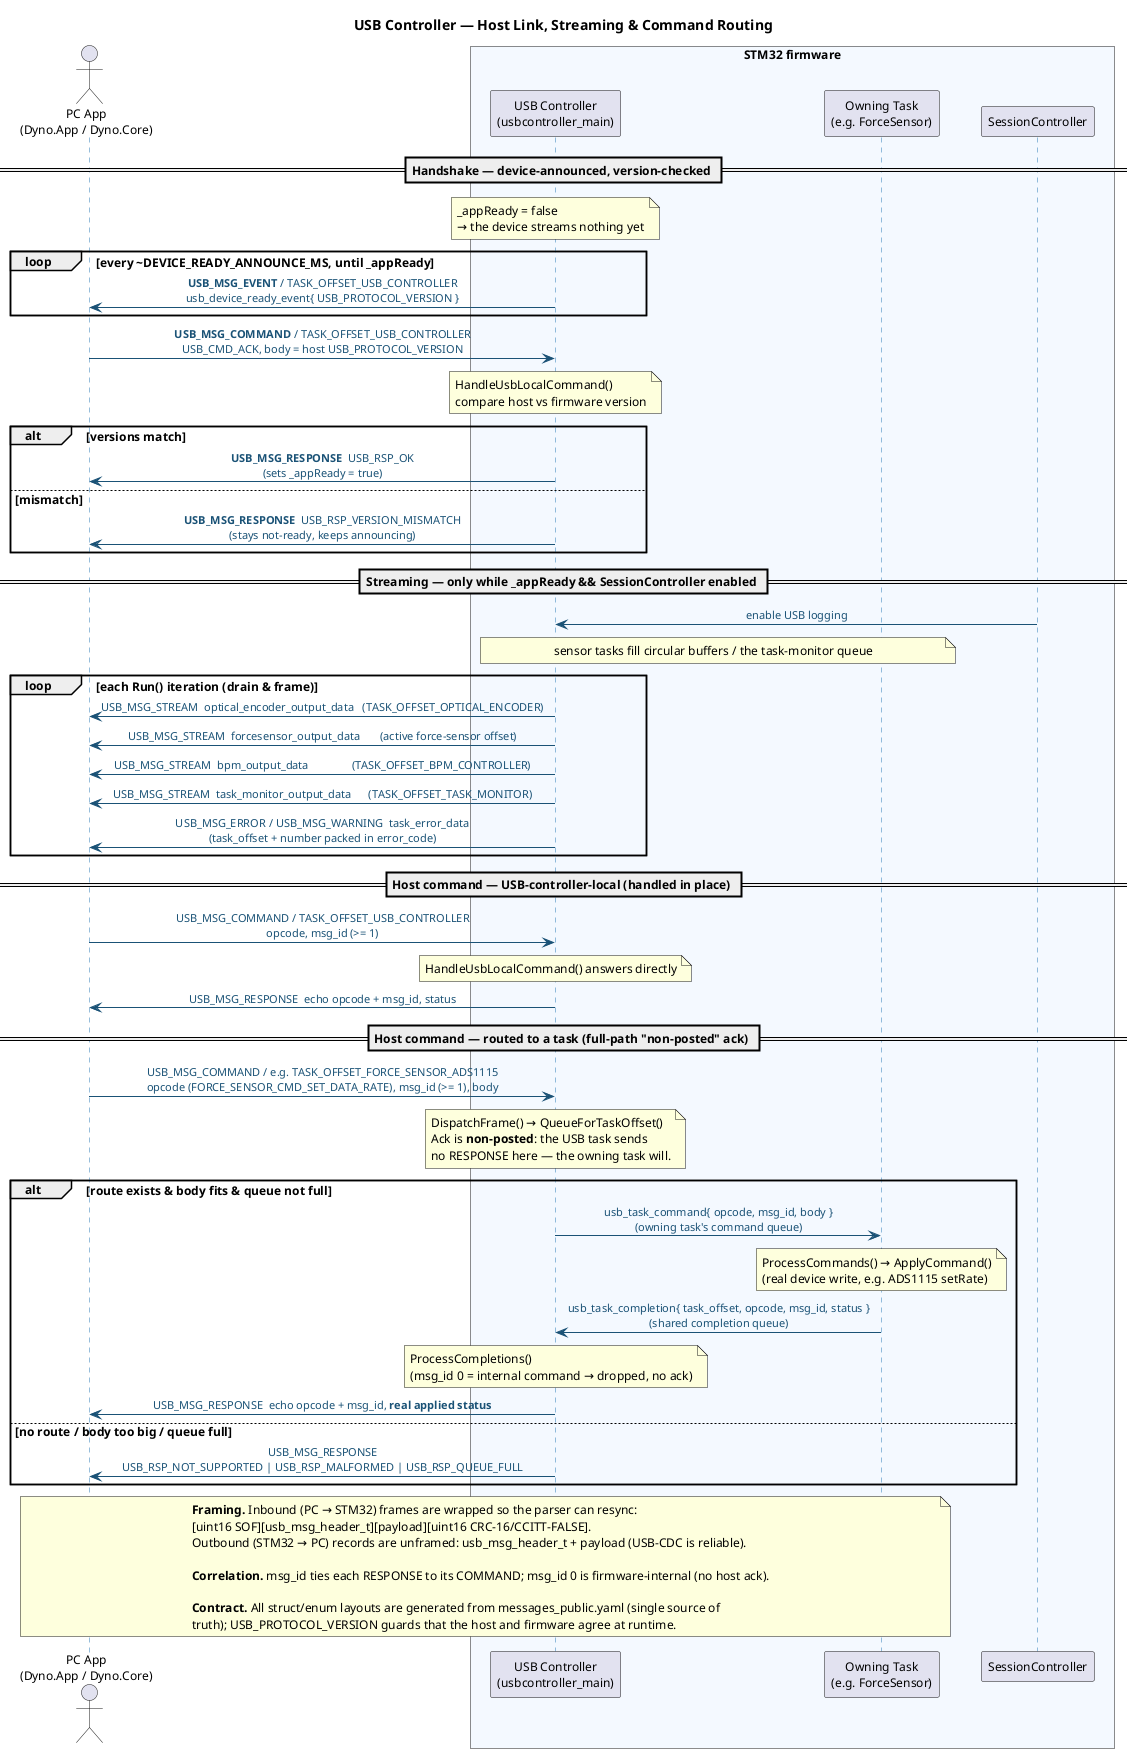
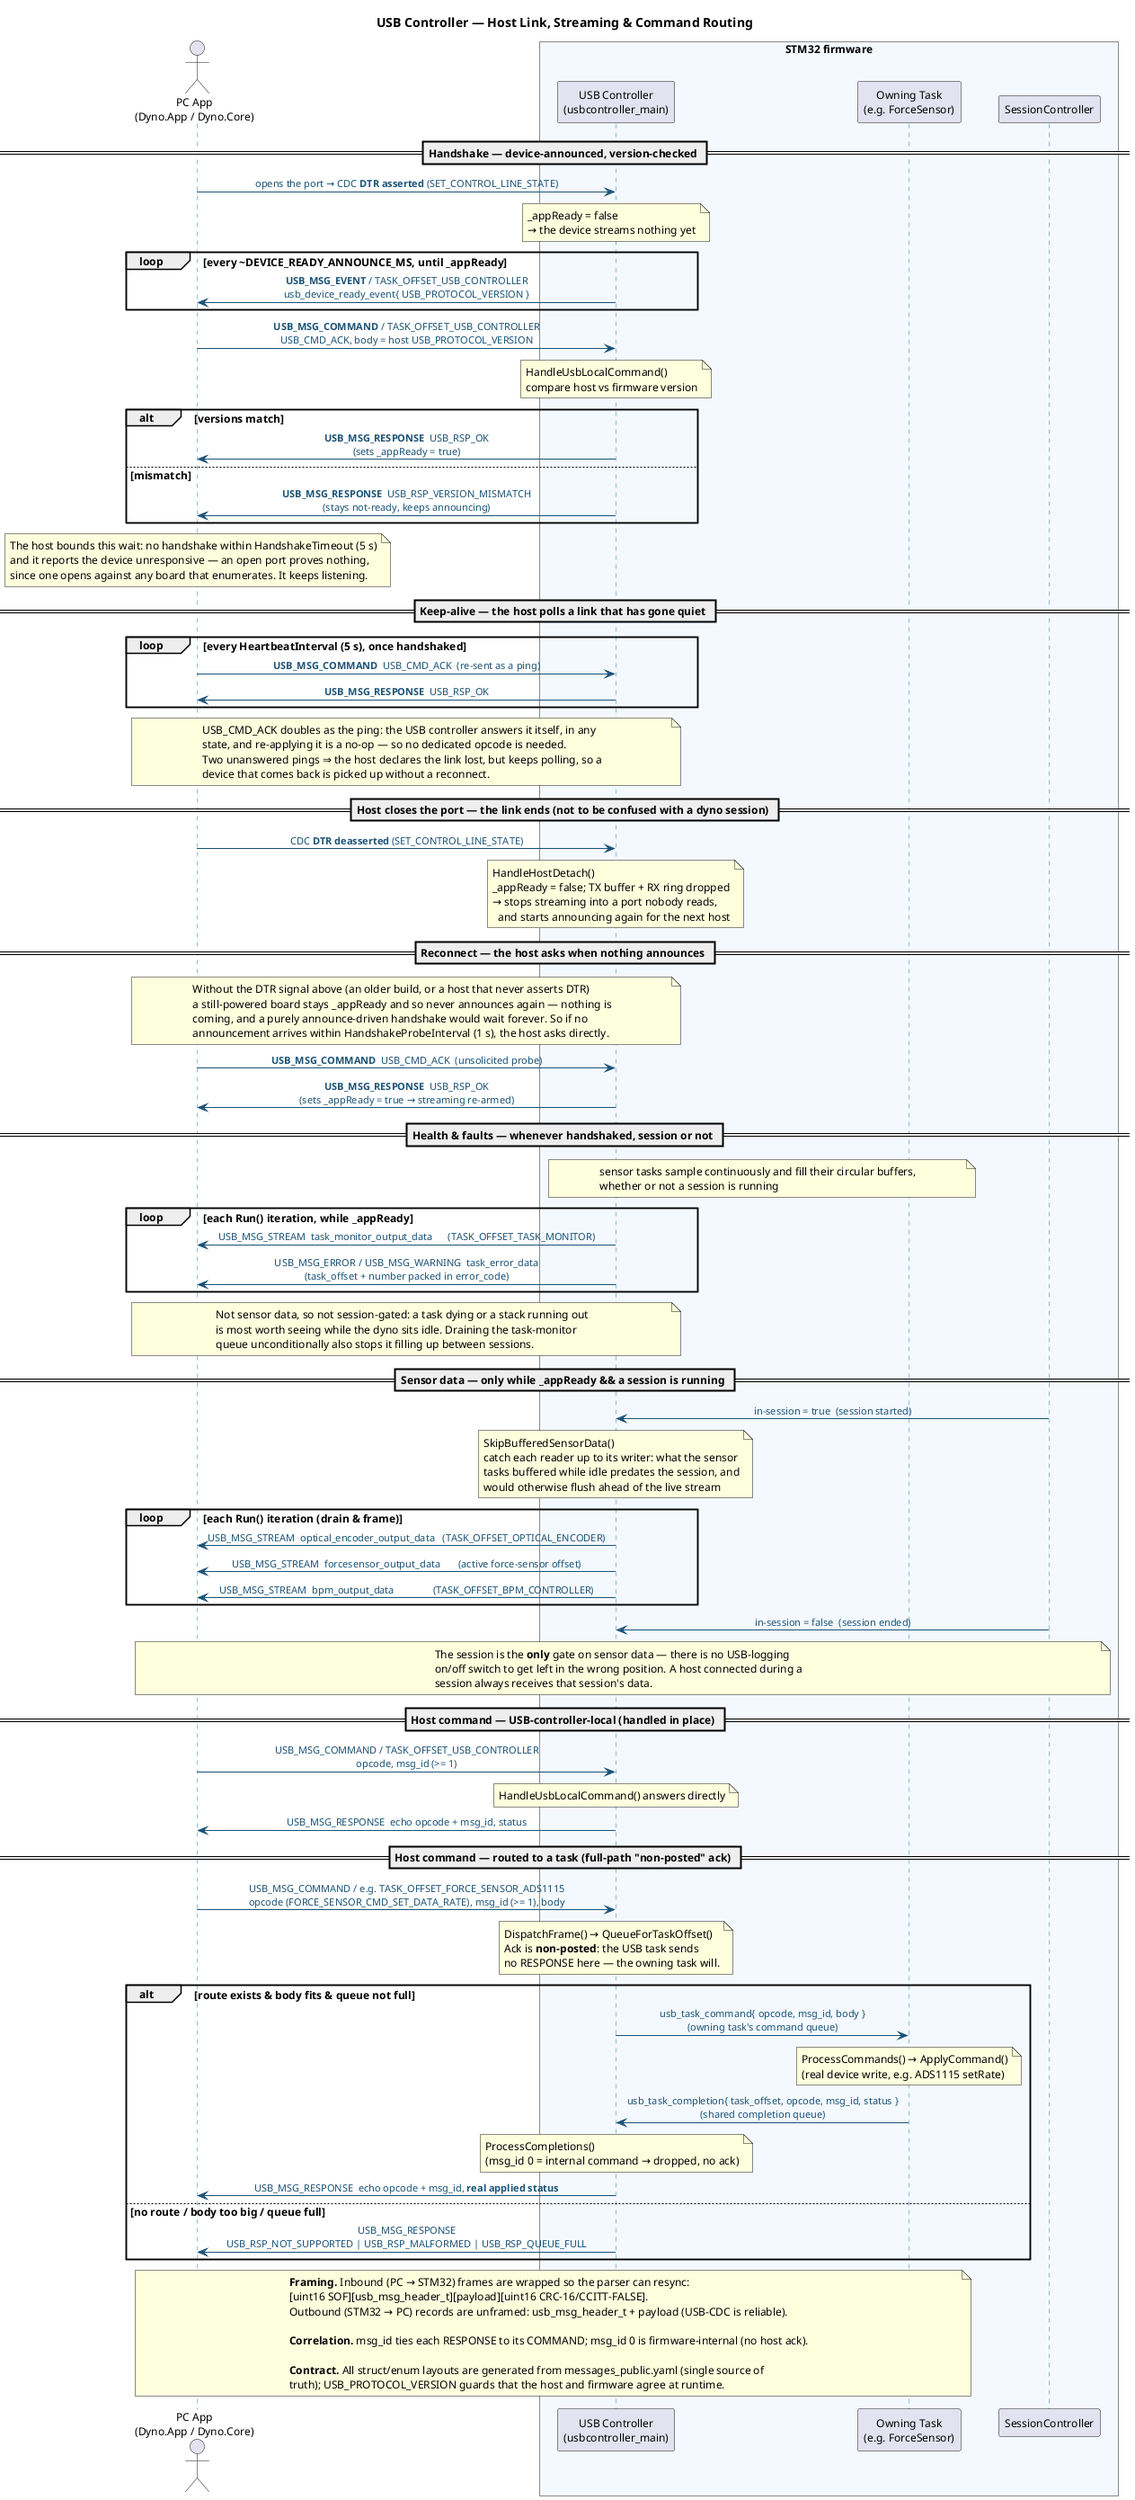
@startuml USB Message Flow

title USB Controller — Host Link, Streaming & Command Routing

skinparam defaultFontSize 12
skinparam shadowing false
skinparam sequenceMessageAlign center
skinparam ParticipantPadding 16
skinparam BoxPadding 12
skinparam sequence {
    LifeLineBorderColor #2C7BB6
    ArrowColor #1A5276
    ArrowFontColor #1A5276
    ArrowFontSize 11
}

actor "PC App\n(Dyno.App / Dyno.Core)" as App
box "STM32 firmware" #F4F9FF
participant "USB Controller\n(usbcontroller_main)" as USB
participant "Owning Task\n(e.g. ForceSensor)" as Task
participant "SessionController" as Session
end box

== Handshake — device-announced, version-checked ==

+ App -> USB : opens the port → CDC **DTR asserted** (SET_CONTROL_LINE_STATE)
note over USB
  _appReady = false
  → the device streams nothing yet
end note

loop every ~DEVICE_READY_ANNOUNCE_MS, until _appReady
    USB -> App : **USB_MSG_EVENT** / TASK_OFFSET_USB_CONTROLLER\nusb_device_ready_event{ USB_PROTOCOL_VERSION }
end

App -> USB : **USB_MSG_COMMAND** / TASK_OFFSET_USB_CONTROLLER\nUSB_CMD_ACK, body = host USB_PROTOCOL_VERSION
note over USB : HandleUsbLocalCommand()\ncompare host vs firmware version

alt versions match
    USB -> App : **USB_MSG_RESPONSE**  USB_RSP_OK\n(sets _appReady = true)
else mismatch
    USB -> App : **USB_MSG_RESPONSE**  USB_RSP_VERSION_MISMATCH\n(stays not-ready, keeps announcing)
end

- == Streaming — only while _appReady && SessionController enabled ==
+ note over App
+   The host bounds this wait: no handshake within HandshakeTimeout (5 s)
+   and it reports the device unresponsive — an open port proves nothing,
+   since one opens against any board that enumerates. It keeps listening.
+ end note

- Session -> USB : enable USB logging
- note over USB, Task : sensor tasks fill circular buffers / the task-monitor queue
+ == Keep-alive — the host polls a link that has gone quiet ==
+ 
+ loop every HeartbeatInterval (5 s), once handshaked
+     App -> USB : **USB_MSG_COMMAND**  USB_CMD_ACK  (re-sent as a ping)
+     USB -> App : **USB_MSG_RESPONSE**  USB_RSP_OK
+ end
+ note over App, USB
+   USB_CMD_ACK doubles as the ping: the USB controller answers it itself, in any
+   state, and re-applying it is a no-op — so no dedicated opcode is needed.
+   Two unanswered pings ⇒ the host declares the link lost, but keeps polling, so a
+   device that comes back is picked up without a reconnect.
+ end note
+ 
+ == Host closes the port — the link ends (not to be confused with a dyno session) ==
+ 
+ App -> USB : CDC **DTR deasserted** (SET_CONTROL_LINE_STATE)
+ note over USB
+   HandleHostDetach()
+   _appReady = false; TX buffer + RX ring dropped
+   → stops streaming into a port nobody reads,
+     and starts announcing again for the next host
+ end note
+ 
+ == Reconnect — the host asks when nothing announces ==
+ 
+ note over App, USB
+   Without the DTR signal above (an older build, or a host that never asserts DTR)
+   a still-powered board stays _appReady and so never announces again — nothing is
+   coming, and a purely announce-driven handshake would wait forever. So if no
+   announcement arrives within HandshakeProbeInterval (1 s), the host asks directly.
+ end note
+ 
+ App -> USB : **USB_MSG_COMMAND**  USB_CMD_ACK  (unsolicited probe)
+ USB -> App : **USB_MSG_RESPONSE**  USB_RSP_OK\n(sets _appReady = true → streaming re-armed)
+ 
+ == Health & faults — whenever handshaked, session or not ==
+ 
+ note over USB, Task : sensor tasks sample continuously and fill their circular buffers,\nwhether or not a session is running
+ 
+ loop each Run() iteration, while _appReady
+     USB -> App : USB_MSG_STREAM  task_monitor_output_data      (TASK_OFFSET_TASK_MONITOR)
+     USB -> App : USB_MSG_ERROR / USB_MSG_WARNING  task_error_data\n(task_offset + number packed in error_code)
+ end
+ note over App, USB
+   Not sensor data, so not session-gated: a task dying or a stack running out
+   is most worth seeing while the dyno sits idle. Draining the task-monitor
+   queue unconditionally also stops it filling up between sessions.
+ end note
+ 
+ == Sensor data — only while _appReady && a session is running ==
+ 
+ Session -> USB : in-session = true  (session started)
+ note over USB
+   SkipBufferedSensorData()
+   catch each reader up to its writer: what the sensor
+   tasks buffered while idle predates the session, and
+   would otherwise flush ahead of the live stream
+ end note

loop each Run() iteration (drain & frame)
    USB -> App : USB_MSG_STREAM  optical_encoder_output_data   (TASK_OFFSET_OPTICAL_ENCODER)
    USB -> App : USB_MSG_STREAM  forcesensor_output_data       (active force-sensor offset)
    USB -> App : USB_MSG_STREAM  bpm_output_data               (TASK_OFFSET_BPM_CONTROLLER)
-     USB -> App : USB_MSG_STREAM  task_monitor_output_data      (TASK_OFFSET_TASK_MONITOR)
-     USB -> App : USB_MSG_ERROR / USB_MSG_WARNING  task_error_data\n(task_offset + number packed in error_code)
end
+ 
+ Session -> USB : in-session = false  (session ended)
+ note over App, Session
+   The session is the **only** gate on sensor data — there is no USB-logging
+   on/off switch to get left in the wrong position. A host connected during a
+   session always receives that session's data.
+ end note

== Host command — USB-controller-local (handled in place) ==

App -> USB : USB_MSG_COMMAND / TASK_OFFSET_USB_CONTROLLER\nopcode, msg_id (>= 1)
note over USB : HandleUsbLocalCommand() answers directly
USB -> App : USB_MSG_RESPONSE  echo opcode + msg_id, status

== Host command — routed to a task (full-path "non-posted" ack) ==

App -> USB : USB_MSG_COMMAND / e.g. TASK_OFFSET_FORCE_SENSOR_ADS1115\nopcode (FORCE_SENSOR_CMD_SET_DATA_RATE), msg_id (>= 1), body
note over USB
  DispatchFrame() → QueueForTaskOffset()
  Ack is **non-posted**: the USB task sends
  no RESPONSE here — the owning task will.
end note

alt route exists & body fits & queue not full
    USB -> Task : usb_task_command{ opcode, msg_id, body }\n(owning task's command queue)
    note over Task : ProcessCommands() → ApplyCommand()\n(real device write, e.g. ADS1115 setRate)
    Task -> USB : usb_task_completion{ task_offset, opcode, msg_id, status }\n(shared completion queue)
    note over USB : ProcessCompletions()\n(msg_id 0 = internal command → dropped, no ack)
    USB -> App : USB_MSG_RESPONSE  echo opcode + msg_id, **real applied status**
else no route / body too big / queue full
    USB -> App : USB_MSG_RESPONSE\nUSB_RSP_NOT_SUPPORTED | USB_RSP_MALFORMED | USB_RSP_QUEUE_FULL
end

note over App, Task
  **Framing.** Inbound (PC → STM32) frames are wrapped so the parser can resync:
  [uint16 SOF][usb_msg_header_t][payload][uint16 CRC-16/CCITT-FALSE].
  Outbound (STM32 → PC) records are unframed: usb_msg_header_t + payload (USB-CDC is reliable).

  **Correlation.** msg_id ties each RESPONSE to its COMMAND; msg_id 0 is firmware-internal (no host ack).

  **Contract.** All struct/enum layouts are generated from messages_public.yaml (single source of
  truth); USB_PROTOCOL_VERSION guards that the host and firmware agree at runtime.
end note

@enduml
